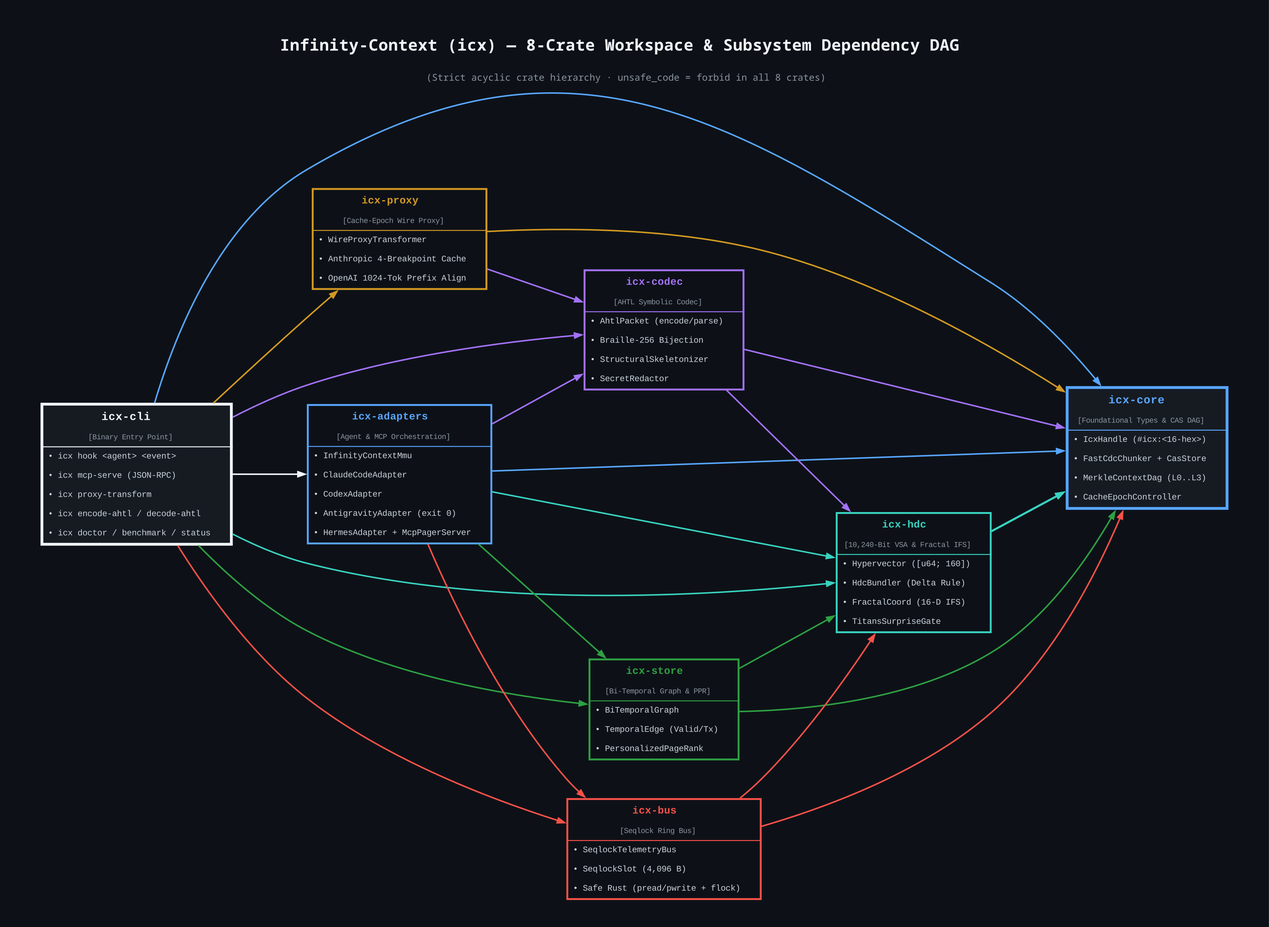
Before: images/infinity-context-crate-graph.png, a diagram exported from Graphviz (doublegate/Infinity-Context). Its source is kept beside it as images/infinity-context-crate-graph.dot.
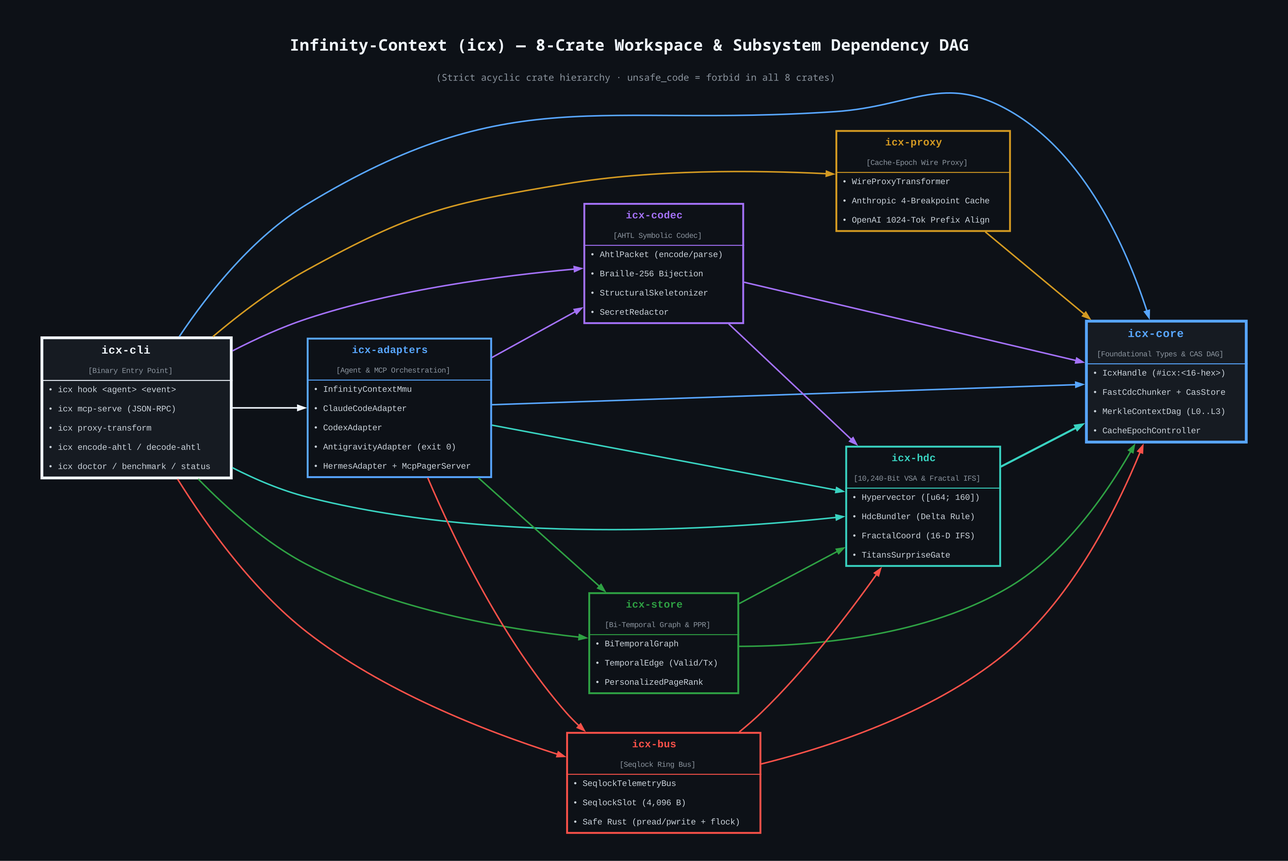
After the commit.

Commit message:
docs(images): correct handle width, HDC scan rate, PPR alpha and proxy deps in graphs

The edit, as a diff of the source:
```diff
@@ -117,7 +117,6 @@
     icx_adapters -> icx_hdc [color="#39d2c0" style=bold]
     icx_adapters -> icx_core [color="#58a6ff" style=bold]
 
-    icx_proxy -> icx_codec [color="#a371f7" style=bold]
     icx_proxy -> icx_core [color="#d29922" style=bold]
 
     icx_codec -> icx_hdc [color="#a371f7" style=bold]
```
